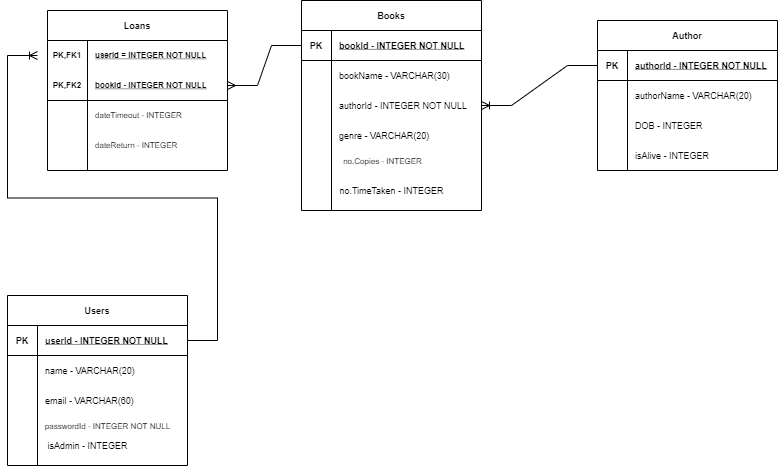
Above: libary.png in aaron1brooker/databaseassignment (draw.io), before the change. Source tidied: cells renumbered, new cells last; positions are measured from the earlier drawing's top-left corner, leaving out a move shared by most shapes.
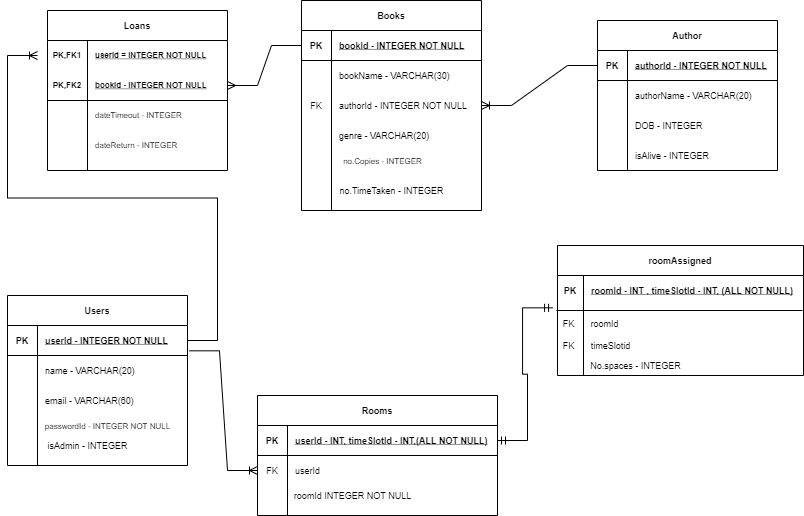
After the change.

The edit, as a diff of the source:
```diff
@@ -98,7 +98,7 @@
     <mxCell id="33" style="shape=partialRectangle;fillColor=none;top=0;left=0;bottom=0;right=0;points=[[0,0.5],[1,0.5]];portConstraint=eastwest;fontSize=9;" parent="26" vertex="1">
       <mxGeometry y="90" width="180" height="30" as="geometry" />
     </mxCell>
-    <mxCell id="34" style="shape=partialRectangle;fillColor=none;top=0;left=0;bottom=0;right=0;overflow=hidden;fontSize=9;" parent="33" vertex="1">
+    <mxCell id="34" value="FK" style="shape=partialRectangle;fillColor=none;top=0;left=0;bottom=0;right=0;overflow=hidden;fontSize=9;" parent="33" vertex="1">
       <mxGeometry width="30" height="30" as="geometry" />
     </mxCell>
     <mxCell id="35" value="authorId - INTEGER NOT NULL" style="shape=partialRectangle;fillColor=none;top=0;left=0;bottom=0;right=0;align=left;spacingLeft=6;overflow=hidden;fontSize=9;" parent="33" vertex="1">
@@ -166,5 +166,65 @@
     <mxCell id="55" style="edgeStyle=entityRelationEdgeStyle;fontSize=12;html=1;endArrow=ERoneToMany;rounded=0;exitX=0;exitY=0.5;exitDx=0;exitDy=0;entryX=1;entryY=0.5;entryDx=0;entryDy=0;" parent="1" edge="1" source="45" target="33">
       <mxGeometry relative="1" as="geometry" />
     </mxCell>
+    <mxCell id="56" value="roomAssigned" style="shape=table;startSize=30;rowLines=0;fontStyle=1;align=center;fontSize=9;" parent="1" vertex="1">
+      <mxGeometry x="550" y="245" width="246" height="130" as="geometry" />
+    </mxCell>
+    <mxCell id="57" style="shape=partialRectangle;fillColor=none;top=0;left=0;bottom=0;right=0;points=[[0,0.5],[1,0.5]];portConstraint=eastwest;fontSize=9;" parent="56" vertex="1">
+      <mxGeometry y="30" width="246" height="30" as="geometry" />
+    </mxCell>
+    <mxCell id="58" value="PK" style="shape=partialRectangle;fillColor=none;top=0;left=0;bottom=0;right=0;fontStyle=1;overflow=hidden;fontSize=9;" parent="57" vertex="1">
+      <mxGeometry width="26" height="30" as="geometry" />
+    </mxCell>
+    <mxCell id="59" value="roomId - INT , timeSlotId - INT, (ALL NOT NULL)" style="shape=partialRectangle;fillColor=none;top=0;left=0;bottom=0;right=0;align=left;spacingLeft=6;fontStyle=5;overflow=hidden;fontSize=9;" parent="57" vertex="1">
+      <mxGeometry x="26" width="220" height="30" as="geometry" />
+    </mxCell>
+    <mxCell id="60" style="line;strokeWidth=1;dashed=0;labelPosition=right;align=left;verticalAlign=middle;spacingTop=0;spacingLeft=6;fontSize=9;" parent="1" vertex="1">
+      <mxGeometry x="549" y="305" width="246" height="10" as="geometry" />
+    </mxCell>
+    <mxCell id="61" value="timeSlotid" style="text;html=1;align=center;verticalAlign=middle;strokeColor=none;fillColor=none;fontSize=9;" parent="1" vertex="1">
+      <mxGeometry x="573" y="335" width="60" height="20" as="geometry" />
+    </mxCell>
+    <mxCell id="62" value="Rooms" style="shape=table;startSize=30;rowLines=0;fontStyle=1;align=center;fontSize=9;" parent="1" vertex="1">
+      <mxGeometry x="250" y="395" width="240" height="120" as="geometry" />
+    </mxCell>
+    <mxCell id="63" style="shape=partialRectangle;fillColor=none;top=0;left=0;bottom=1;right=0;points=[[0,0.5],[1,0.5]];portConstraint=eastwest;fontSize=9;" parent="62" vertex="1">
+      <mxGeometry y="30" width="240" height="30" as="geometry" />
+    </mxCell>
+    <mxCell id="64" value="PK" style="shape=partialRectangle;fillColor=none;top=0;left=0;bottom=0;right=0;fontStyle=1;overflow=hidden;fontSize=9;" parent="63" vertex="1">
+      <mxGeometry width="30" height="30" as="geometry" />
+    </mxCell>
+    <mxCell id="65" value="userId - INT, timeSlotId - INT,(ALL NOT NULL)" style="shape=partialRectangle;fillColor=none;top=0;left=0;bottom=0;right=0;align=left;spacingLeft=6;fontStyle=5;overflow=hidden;fontSize=9;" parent="63" vertex="1">
+      <mxGeometry x="30" width="210" height="30" as="geometry" />
+    </mxCell>
+    <mxCell id="66" style="shape=partialRectangle;fillColor=none;top=0;left=0;bottom=0;right=0;points=[[0,0.5],[1,0.5]];portConstraint=eastwest;fontSize=9;" parent="62" vertex="1">
+      <mxGeometry y="60" width="240" height="30" as="geometry" />
+    </mxCell>
+    <mxCell id="67" value="FK" style="shape=partialRectangle;fillColor=none;top=0;left=0;bottom=0;right=0;overflow=hidden;fontSize=9;" parent="66" vertex="1">
+      <mxGeometry width="30" height="30" as="geometry" />
+    </mxCell>
+    <mxCell id="68" value="userId " style="shape=partialRectangle;fillColor=none;top=0;left=0;bottom=0;right=0;align=left;spacingLeft=6;overflow=hidden;fontSize=9;" parent="66" vertex="1">
+      <mxGeometry x="30" width="210" height="30" as="geometry" />
+    </mxCell>
+    <mxCell id="69" value="roomId" style="text;html=1;align=center;verticalAlign=middle;strokeColor=none;fillColor=none;fontSize=9;" parent="1" vertex="1">
+      <mxGeometry x="577" y="313" width="40" height="20" as="geometry" />
+    </mxCell>
+    <mxCell id="70" value="FK" style="text;html=1;align=center;verticalAlign=middle;strokeColor=none;fillColor=none;fontSize=9;" parent="1" vertex="1">
+      <mxGeometry x="546" y="313" width="30" height="20" as="geometry" />
+    </mxCell>
+    <mxCell id="71" style="edgeStyle=entityRelationEdgeStyle;fontSize=12;html=1;endArrow=ERoneToMany;rounded=0;exitX=1.011;exitY=0.844;exitDx=0;exitDy=0;exitPerimeter=0;" parent="1" edge="1" source="3" target="66">
+      <mxGeometry relative="1" as="geometry" />
+    </mxCell>
+    <mxCell id="72" value="FK" style="text;html=1;align=center;verticalAlign=middle;strokeColor=none;fillColor=none;fontSize=9;" parent="1" vertex="1">
+      <mxGeometry x="546" y="335" width="30" height="20" as="geometry" />
+    </mxCell>
+    <mxCell id="73" value="No.spaces - INTEGER" style="text;html=1;align=center;verticalAlign=middle;strokeColor=none;fillColor=none;fontSize=9;" parent="1" vertex="1">
+      <mxGeometry x="573" y="355" width="110" height="20" as="geometry" />
+    </mxCell>
+    <mxCell id="74" value="roomId INTEGER NOT NULL" style="text;html=1;align=center;verticalAlign=middle;strokeColor=none;fillColor=none;fontSize=9;" parent="1" vertex="1">
+      <mxGeometry x="280" y="485" width="130" height="20" as="geometry" />
+    </mxCell>
+    <mxCell id="75" style="edgeStyle=entityRelationEdgeStyle;fontSize=12;html=1;endArrow=ERmandOne;startArrow=ERmandOne;rounded=0;entryX=-0.02;entryY=1.078;entryDx=0;entryDy=0;entryPerimeter=0;exitX=1;exitY=0.5;exitDx=0;exitDy=0;" parent="1" edge="1" source="63" target="57">
+      <mxGeometry relative="1" as="geometry" />
+    </mxCell>
   </root>
 </mxGraphModel>
```
